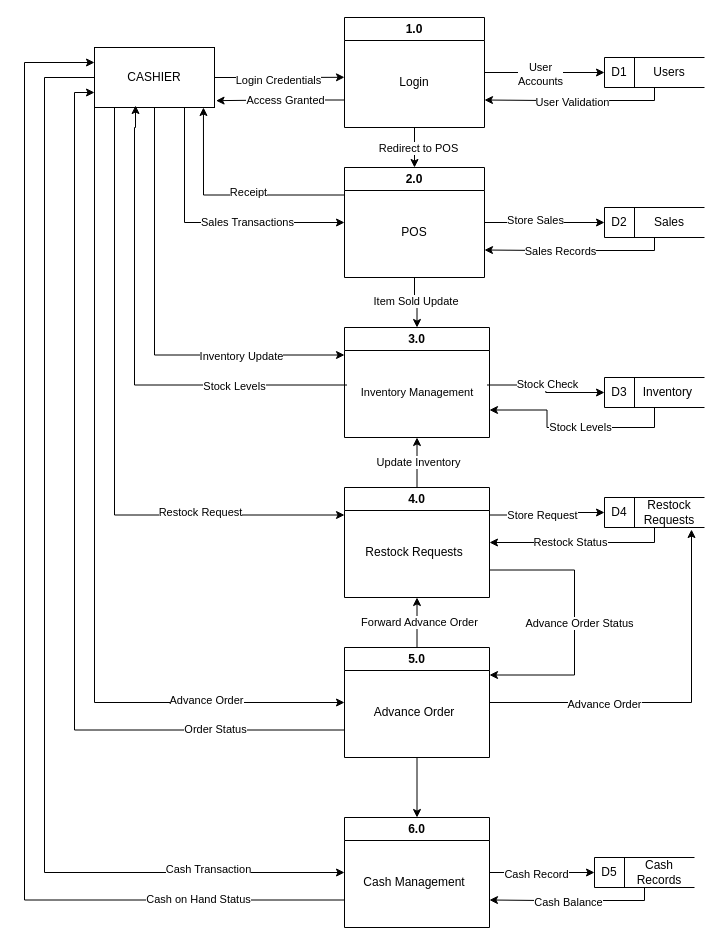
Before: Cashier_lvl1.drawio in dharmatown/bakery_DFDs, a draw.io diagram. Source tidied: cells renumbered, new cells numbered last; positions are measured from the earlier drawing's top-left corner, leaving out a move shared by most shapes. Both pictures are drawn from the tidied source at 100%, with x=0, y=0 at pixel (24, 17).
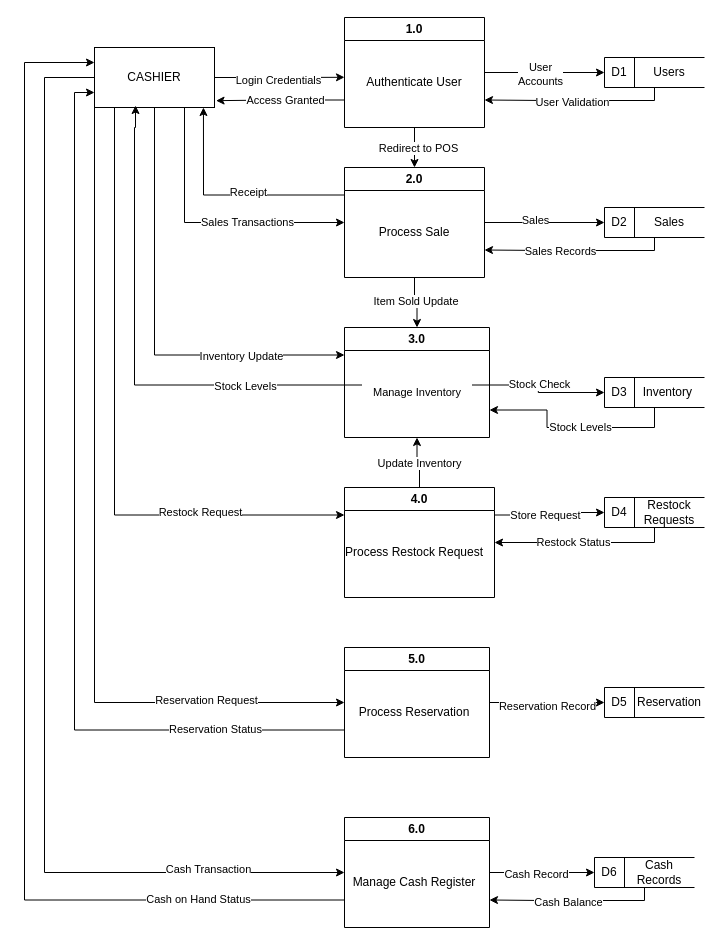
The same page after the edit.

The change refers to these unchanged cells:
```xml
<mxCell id="8" value="1.0" style="swimlane;whiteSpace=wrap;html=1;startSize=23;" parent="1" vertex="1">
  <mxGeometry x="320" width="140" height="110" as="geometry" />
</mxCell>
<mxCell id="21" style="edgeStyle=orthogonalEdgeStyle;rounded=0;jettySize=auto;html=1;exitX=1;exitY=0.5;exitDx=0;exitDy=0;entryX=0;entryY=0.5;entryDx=0;entryDy=0;" parent="1" edge="1" source="25" target="33">
  <mxGeometry relative="1" as="geometry" />
</mxCell>
<mxCell id="25" value="2.0" style="swimlane;whiteSpace=wrap;html=1;startSize=23;" parent="1" vertex="1">
  <mxGeometry x="320" y="150" width="140" height="110" as="geometry" />
</mxCell>
<mxCell id="37" value="3.0" style="swimlane;whiteSpace=wrap;html=1;startSize=23;" parent="1" vertex="1">
  <mxGeometry x="320" y="310" width="145" height="110" as="geometry" />
</mxCell>
<mxCell id="62" style="html=1;dashed=0;whiteSpace=wrap;shape=mxgraph.dfd.dataStoreID;align=left;spacingLeft=3;points=[[0,0],[0.5,0],[1,0],[0,0.5],[1,0.5],[0,1],[0.5,1],[1,1]];" parent="61" vertex="1">
  <mxGeometry width="100" height="30" as="geometry" />
</mxCell>
<mxCell id="67" style="edgeStyle=orthogonalEdgeStyle;rounded=0;jettySize=auto;html=1;exitX=0;exitY=0.75;exitDx=0;exitDy=0;entryX=0;entryY=0.75;entryDx=0;entryDy=0;" parent="1" edge="1" source="70" target="11">
  <mxGeometry relative="1" as="geometry" />
</mxCell>
<mxCell id="70" value="5.0" style="swimlane;whiteSpace=wrap;html=1;startSize=23;" parent="1" vertex="1">
  <mxGeometry x="320" y="630" width="145" height="110" as="geometry" />
</mxCell>
<mxCell id="72" style="edgeStyle=orthogonalEdgeStyle;rounded=0;jettySize=auto;html=1;exitX=0;exitY=1;exitDx=0;exitDy=0;entryX=0;entryY=0.5;entryDx=0;entryDy=0;" parent="1" edge="1" source="11" target="70">
  <mxGeometry relative="1" as="geometry" />
</mxCell>
<mxCell id="82" value="6.0" style="swimlane;whiteSpace=wrap;html=1;startSize=23;" parent="1" vertex="1">
  <mxGeometry x="320" y="800" width="145" height="110" as="geometry" />
</mxCell>
<mxCell id="86" style="group;" parent="1" vertex="1">
  <mxGeometry x="570" y="840" width="100" height="30" as="geometry" />
</mxCell>
```

What changed in the source:
```diff
@@
-    <mxCell id="9" value="Login" style="text;html=1;whiteSpace=wrap;strokeColor=none;fillColor=none;align=center;verticalAlign=middle;rounded=0;" parent="8" vertex="1">
-      <mxGeometry x="45" y="50" width="50" height="30" as="geometry" />
+    <mxCell id="9" value="Authenticate User" style="text;html=1;whiteSpace=wrap;strokeColor=none;fillColor=none;align=center;verticalAlign=middle;rounded=0;" parent="8" vertex="1">
+      <mxGeometry x="10" y="50" width="120" height="30" as="geometry" />
     </mxCell>
@@
-    <mxCell id="22" value="Store Sales" style="edgeLabel;html=1;align=center;verticalAlign=middle;" parent="21" vertex="1">
+    <mxCell id="22" value="Sales" style="edgeLabel;html=1;align=center;verticalAlign=middle;" parent="21" vertex="1">
       <mxGeometry x="-0.17" y="3" relative="1" as="geometry" />
     </mxCell>
@@
-    <mxCell id="26" value="POS" style="text;html=1;whiteSpace=wrap;strokeColor=none;fillColor=none;align=center;verticalAlign=middle;rounded=0;" parent="25" vertex="1">
-      <mxGeometry x="45" y="50" width="50" height="30" as="geometry" />
+    <mxCell id="26" value="Process Sale" style="text;html=1;whiteSpace=wrap;strokeColor=none;fillColor=none;align=center;verticalAlign=middle;rounded=0;" parent="25" vertex="1">
+      <mxGeometry x="25" y="50" width="90" height="30" as="geometry" />
     </mxCell>
@@
-    <mxCell id="38" value="Inventory Management" style="text;html=1;whiteSpace=wrap;strokeColor=none;fillColor=none;align=center;verticalAlign=middle;rounded=0;fontSize=11;" parent="37" vertex="1">
-      <mxGeometry x="2.5" y="50" width="140" height="30" as="geometry" />
+    <mxCell id="38" value="Manage Inventory" style="text;html=1;whiteSpace=wrap;strokeColor=none;fillColor=none;align=center;verticalAlign=middle;rounded=0;fontSize=11;" parent="37" vertex="1">
+      <mxGeometry x="17.5" y="50" width="110" height="30" as="geometry" />
     </mxCell>
@@
-    <mxCell id="55" style="edgeStyle=orthogonalEdgeStyle;rounded=0;jettySize=auto;html=1;exitX=1;exitY=0.75;exitDx=0;exitDy=0;entryX=1;entryY=0.25;entryDx=0;entryDy=0;" parent="1" edge="1" source="57" target="70">
-      <mxGeometry relative="1" as="geometry">
-        <Array as="points">
-          <mxPoint x="550" y="553" />
-          <mxPoint x="550" y="658" />
-        </Array>
-      </mxGeometry>
-    </mxCell>
-    <mxCell id="56" value="Advance Order Status" style="edgeLabel;html=1;align=center;verticalAlign=middle;" parent="55" vertex="1">
-      <mxGeometry y="4" relative="1" as="geometry" />
-    </mxCell>
     <mxCell id="57" value="4.0" style="swimlane;whiteSpace=wrap;html=1;startSize=23;" parent="1" vertex="1">
-      <mxGeometry x="320" y="470" width="145" height="110" as="geometry" />
+      <mxGeometry x="320" y="470" width="150" height="110" as="geometry" />
     </mxCell>
-    <mxCell id="58" value="Restock Requests" style="text;html=1;whiteSpace=wrap;strokeColor=none;fillColor=none;align=center;verticalAlign=middle;rounded=0;" parent="57" vertex="1">
-      <mxGeometry x="10" y="50" width="120" height="30" as="geometry" />
+    <mxCell id="58" value="Process Restock Request" style="text;html=1;whiteSpace=wrap;strokeColor=none;fillColor=none;align=center;verticalAlign=middle;rounded=0;" parent="57" vertex="1">
+      <mxGeometry x="-10" y="50" width="160" height="30" as="geometry" />
     </mxCell>
@@
-    <mxCell id="65" style="edgeStyle=orthogonalEdgeStyle;rounded=0;jettySize=auto;html=1;exitX=0.5;exitY=0;exitDx=0;exitDy=0;entryX=0.5;entryY=1;entryDx=0;entryDy=0;" parent="1" edge="1" source="70" target="57">
-      <mxGeometry relative="1" as="geometry" />
-    </mxCell>
-    <mxCell id="66" value="Forward Advance Order" style="edgeLabel;html=1;align=center;verticalAlign=middle;" parent="65" vertex="1">
-      <mxGeometry x="0.04" y="-1" relative="1" as="geometry">
-        <mxPoint x="1" as="offset" />
-      </mxGeometry>
-    </mxCell>
@@
-    <mxCell id="68" value="Order Status" style="edgeLabel;html=1;align=center;verticalAlign=middle;" parent="67" vertex="1">
+    <mxCell id="68" value="Reservation Status" style="edgeLabel;html=1;align=center;verticalAlign=middle;" parent="67" vertex="1">
       <mxGeometry x="-0.72" y="-1" relative="1" as="geometry" />
     </mxCell>
-    <mxCell id="69" style="edgeStyle=orthogonalEdgeStyle;rounded=0;jettySize=auto;html=1;exitX=0.5;exitY=1;exitDx=0;exitDy=0;entryX=0.5;entryY=0;entryDx=0;entryDy=0;" parent="1" edge="1" source="70" target="82">
-      <mxGeometry relative="1" as="geometry" />
-    </mxCell>
+    <mxCell id="92" style="edgeStyle=orthogonalEdgeStyle;rounded=0;jettySize=auto;html=1;exitX=1;exitY=0.5;exitDx=0;exitDy=0;entryX=0;entryY=0.5;entryDx=0;entryDy=0;" parent="1" edge="1" source="70" target="96">
+      <mxGeometry relative="1" as="geometry" />
+    </mxCell>
+    <mxCell id="93" value="Reservation Record" style="edgeLabel;html=1;align=center;verticalAlign=middle;" parent="92" vertex="1">
+      <mxGeometry x="-0.01" y="-3" relative="1" as="geometry" />
+    </mxCell>
@@
-    <mxCell id="71" value="Advance Order" style="text;html=1;whiteSpace=wrap;strokeColor=none;fillColor=none;align=center;verticalAlign=middle;rounded=0;" parent="70" vertex="1">
-      <mxGeometry x="20" y="50" width="100" height="30" as="geometry" />
+    <mxCell id="71" value="Process Reservation" style="text;html=1;whiteSpace=wrap;strokeColor=none;fillColor=none;align=center;verticalAlign=middle;rounded=0;" parent="70" vertex="1">
+      <mxGeometry x="5" y="50" width="130" height="30" as="geometry" />
     </mxCell>
@@
-    <mxCell id="73" value="Advance Order" style="edgeLabel;html=1;align=center;verticalAlign=middle;" parent="72" vertex="1">
+    <mxCell id="73" value="Reservation Request" style="edgeLabel;html=1;align=center;verticalAlign=middle;" parent="72" vertex="1">
       <mxGeometry x="0.67" y="3" relative="1" as="geometry" />
     </mxCell>
-    <mxCell id="74" style="edgeStyle=orthogonalEdgeStyle;rounded=0;jettySize=auto;html=1;exitX=1;exitY=0.5;exitDx=0;exitDy=0;entryX=0.87;entryY=1.067;entryDx=0;entryDy=0;entryPerimeter=0;" parent="1" edge="1" source="70" target="62">
-      <mxGeometry relative="1" as="geometry" />
-    </mxCell>
-    <mxCell id="75" value="Advance Order" style="edgeLabel;html=1;align=center;verticalAlign=middle;" parent="74" vertex="1">
-      <mxGeometry x="-0.39" y="-1" relative="1" as="geometry" />
-    </mxCell>
@@
-    <mxCell id="83" value="Cash Management" style="text;html=1;whiteSpace=wrap;strokeColor=none;fillColor=none;align=center;verticalAlign=middle;rounded=0;" parent="82" vertex="1">
-      <mxGeometry x="10" y="50" width="120" height="30" as="geometry" />
+    <mxCell id="83" value="Manage Cash Register" style="text;html=1;whiteSpace=wrap;strokeColor=none;fillColor=none;align=center;verticalAlign=middle;rounded=0;" parent="82" vertex="1">
+      <mxGeometry x="-5" y="50" width="150" height="30" as="geometry" />
     </mxCell>
@@
-    <mxCell id="88" value="D5" style="text;html=1;whiteSpace=wrap;strokeColor=none;fillColor=none;align=center;verticalAlign=middle;rounded=0;" parent="86" vertex="1">
+    <mxCell id="88" value="D6" style="text;html=1;whiteSpace=wrap;strokeColor=none;fillColor=none;align=center;verticalAlign=middle;rounded=0;" parent="86" vertex="1">
       <mxGeometry y="5" width="30" height="20" as="geometry" />
     </mxCell>
@@
+    <mxCell id="94" style="group;" parent="1" vertex="1">
+      <mxGeometry x="580" y="670" width="100" height="30" as="geometry" />
+    </mxCell>
+    <mxCell id="95" style="html=1;dashed=0;whiteSpace=wrap;shape=mxgraph.dfd.dataStoreID;align=left;spacingLeft=3;" parent="94" vertex="1">
+      <mxGeometry width="100" height="30" as="geometry" />
+    </mxCell>
+    <mxCell id="96" value="D5" style="text;html=1;whiteSpace=wrap;strokeColor=none;fillColor=none;align=center;verticalAlign=middle;rounded=0;" parent="94" vertex="1">
+      <mxGeometry y="5" width="30" height="20" as="geometry" />
+    </mxCell>
+    <mxCell id="97" value="Reservation" style="text;html=1;whiteSpace=wrap;strokeColor=none;fillColor=none;align=center;verticalAlign=middle;rounded=0;" parent="94" vertex="1">
+      <mxGeometry x="30" y="5" width="70" height="20" as="geometry" />
+    </mxCell>
```
